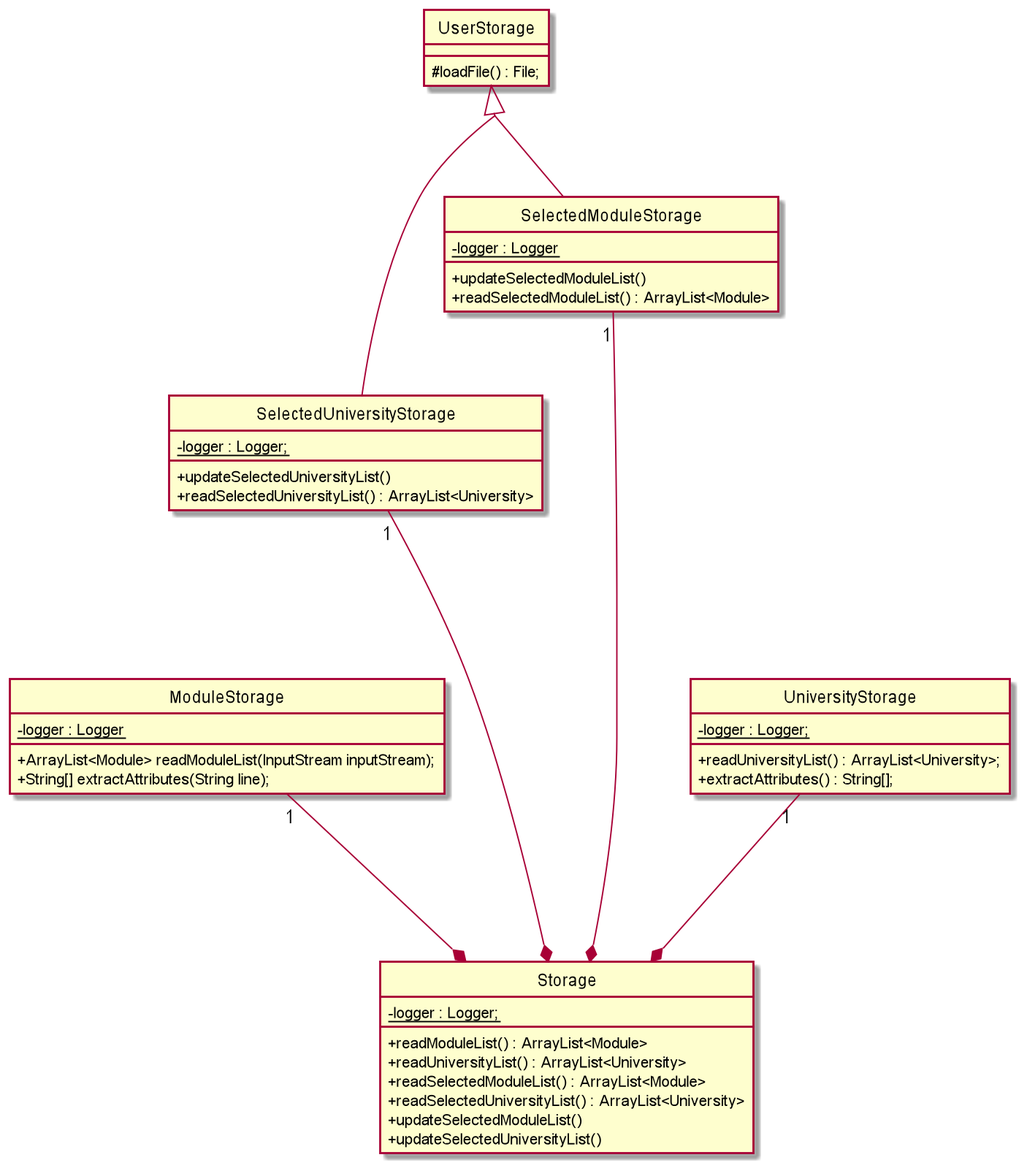
This is docs/images/storage.png from nus-cs2113-AY2122S1/tp, a PlantUML export, as it was before one commit.
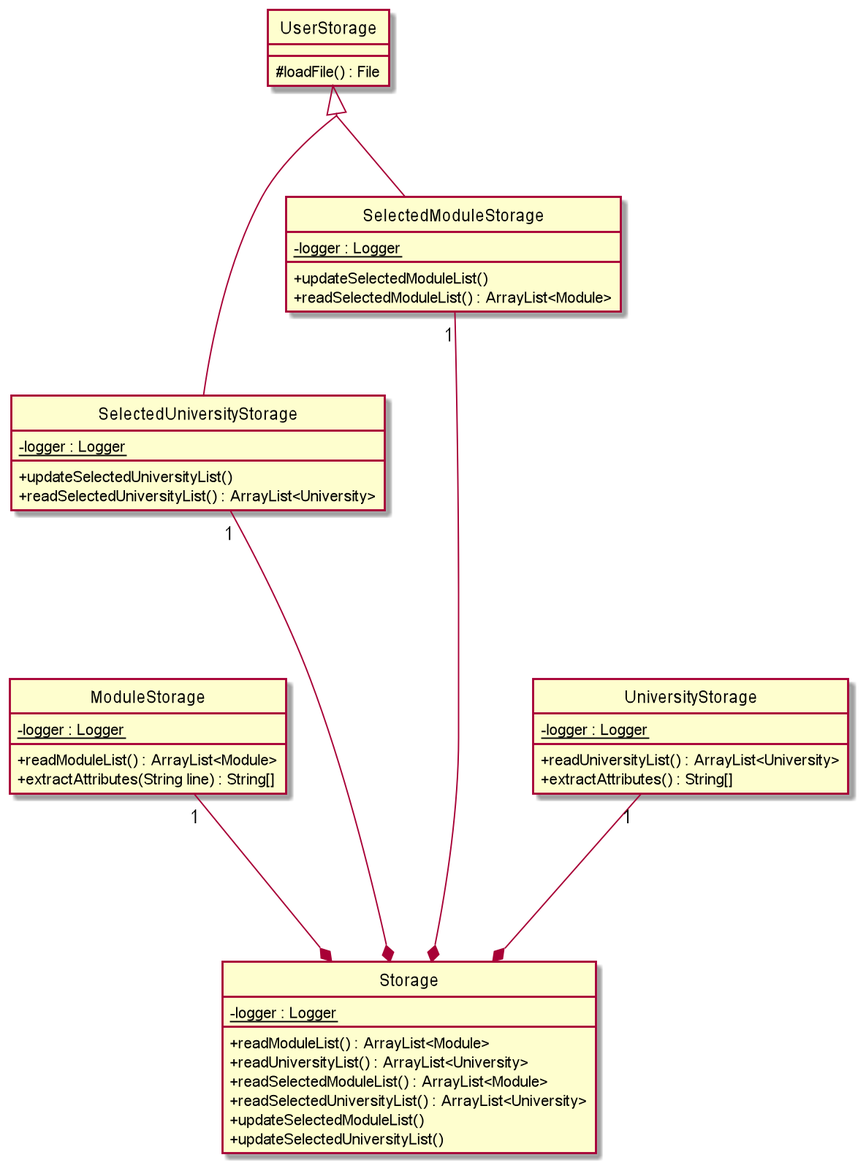
The same file after the commit.

Change to the diagram source:
```diff
@@ -6,31 +6,30 @@
 ModuleStorage "1" ---* Storage
     ModuleStorage : - {static} logger : Logger
 
-    ModuleStorage : + ArrayList<Module> readModuleList(InputStream inputStream);
-    ModuleStorage : + String[] extractAttributes(String line);
-
+    ModuleStorage : + readModuleList() : ArrayList<Module>
+    ModuleStorage : + extractAttributes(String line) : String[]
 UserStorage <|-- SelectedUniversityStorage
 SelectedUniversityStorage "1" ---* Storage
-    SelectedUniversityStorage : - {static} logger : Logger;
+    SelectedUniversityStorage : - {static} logger : Logger
     SelectedUniversityStorage : + updateSelectedUniversityList()
     SelectedUniversityStorage : + readSelectedUniversityList() : ArrayList<University>
 
 UserStorage <|-- SelectedModuleStorage
 SelectedModuleStorage "1" ------* Storage
-    SelectedModuleStorage : - {static} logger : Logger
-    SelectedModuleStorage : + updateSelectedModuleList()
-    SelectedModuleStorage : + readSelectedModuleList() : ArrayList<Module>
+     SelectedModuleStorage : - {static} logger : Logger
+     SelectedModuleStorage : + updateSelectedModuleList()
+     SelectedModuleStorage : + readSelectedModuleList() : ArrayList<Module>
 
 UniversityStorage "1" ---* Storage
-    UniversityStorage : - {static} logger : Logger;
-    UniversityStorage : + readUniversityList() : ArrayList<University>;
-    UniversityStorage : + extractAttributes() : String[];
+    UniversityStorage : - {static} logger : Logger
+        UniversityStorage : + readUniversityList() : ArrayList<University>
+        UniversityStorage : + extractAttributes() : String[]
 
 class UserStorage {
-    # loadFile() : File;
+    # loadFile() : File
 }
 class Storage {
-    - {static} logger : Logger;
+    - {static} logger : Logger
 
     + readModuleList() : ArrayList<Module>
     + readUniversityList() : ArrayList<University>
```
